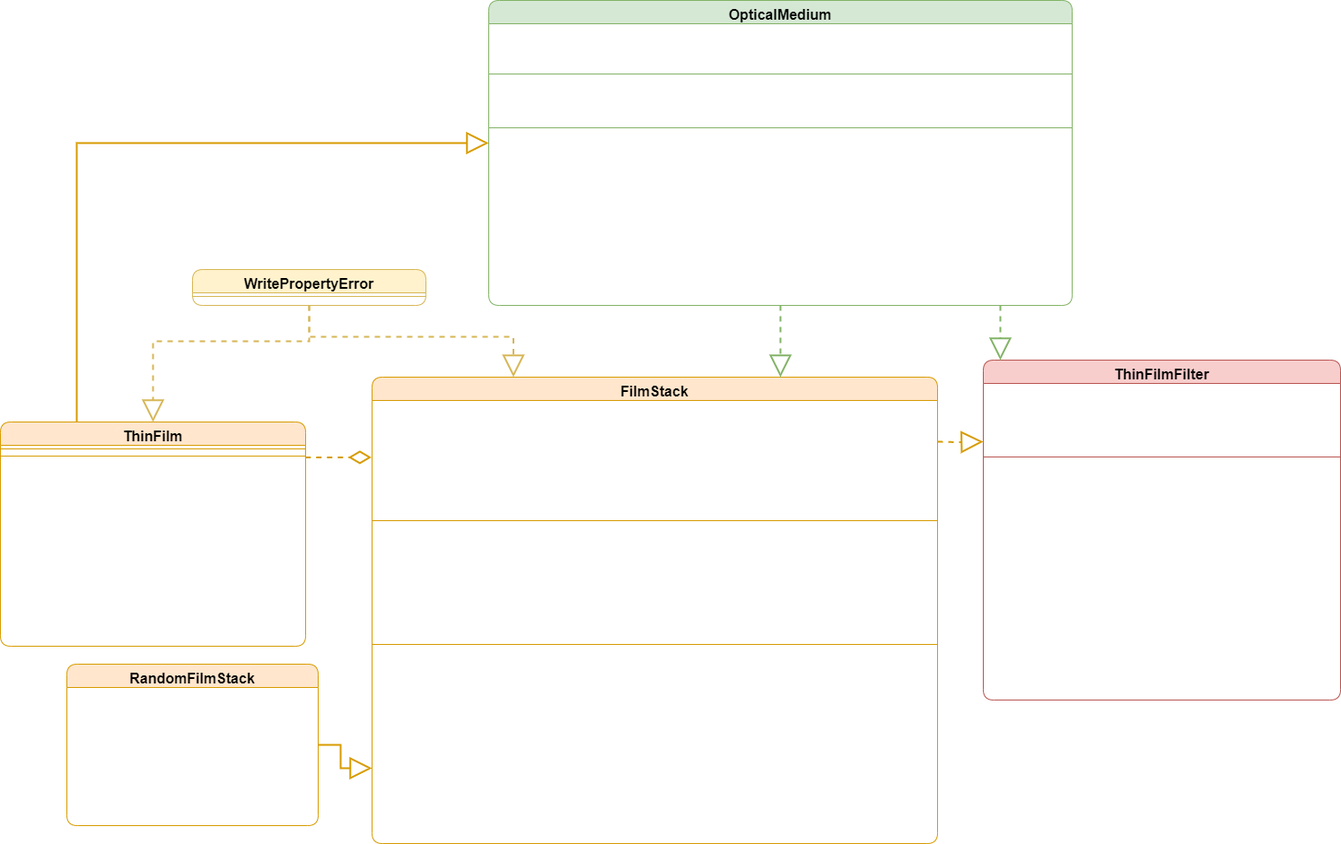
This is docs/class_diagram.png from heath-smith/tff-lib, a draw.io export, as it was before one commit. Source tidied: cells renumbered, new cells last; positions are measured from the earlier drawing's top-left corner, leaving out a move shared by most shapes.
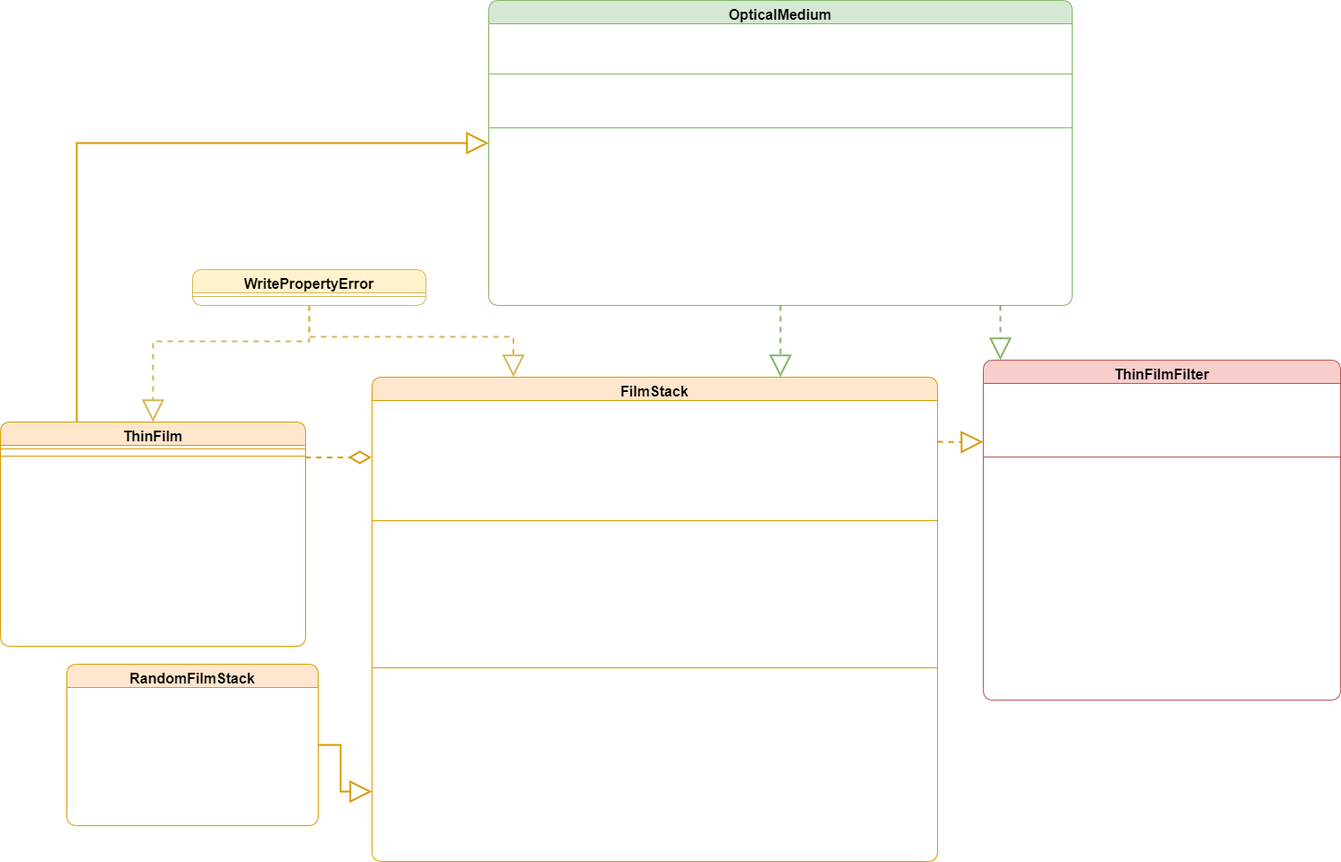
After the commit.

Commit message:
update class diagram

The edit, as a diff of the source:
```diff
@@ -30,7 +30,7 @@
       <mxGeometry y="216" width="340" height="26" as="geometry" />
     </mxCell>
     <mxCell id="11" value="FilmStack" style="swimlane;fontStyle=1;align=center;verticalAlign=top;horizontal=1;startSize=26;rounded=1;shadow=0;strokeWidth=1;fillColor=#ffe6cc;strokeColor=#d79b00;fontSize=16;labelBackgroundColor=none;fontColor=#000000;" parent="1" vertex="1">
-      <mxGeometry x="414" y="420" width="630" height="520" as="geometry" />
+      <mxGeometry x="414" y="420" width="630" height="540" as="geometry" />
     </mxCell>
     <mxCell id="12" value="+stack : Iterable[ThinFilm] : read-write" style="text;align=left;verticalAlign=top;spacingLeft=4;spacingRight=4;overflow=hidden;fontSize=16;rounded=1;fontColor=#FFFFFF;" parent="11" vertex="1">
       <mxGeometry y="26" width="630" height="26" as="geometry" />
@@ -65,32 +65,35 @@
     <mxCell id="22" value="+min_thick : float" style="text;align=left;verticalAlign=top;spacingLeft=4;spacingRight=4;overflow=hidden;rounded=1;shadow=0;html=0;fontSize=16;fontColor=#FFFFFF;" parent="11" vertex="1">
       <mxGeometry y="268" width="630" height="26" as="geometry" />
     </mxCell>
+    <mxCell id="67" value="+max_thick : float" style="text;align=left;verticalAlign=top;spacingLeft=4;spacingRight=4;overflow=hidden;rounded=1;shadow=0;html=0;fontSize=16;fontColor=#FFFFFF;" parent="11" vertex="1">
+      <mxGeometry y="294" width="630" height="26" as="geometry" />
+    </mxCell>
     <mxCell id="23" style="line;html=1;strokeWidth=1;align=left;verticalAlign=middle;spacingTop=-1;spacingLeft=3;spacingRight=3;labelPosition=right;fillColor=#ffe6cc;strokeColor=#d79b00;fontSize=16;rounded=1;fontColor=#FFFFFF;" parent="11" vertex="1">
-      <mxGeometry y="294" width="630" height="8" as="geometry" />
+      <mxGeometry y="320" width="630" height="8" as="geometry" />
     </mxCell>
     <mxCell id="24" value="+__init__(self, films: Iterable[ThinFilm], **kwargs) -&gt; None" style="text;align=left;verticalAlign=top;spacingLeft=4;spacingRight=4;overflow=hidden;fontStyle=0;fontSize=16;rounded=1;fontColor=#FFFFFF;" parent="11" vertex="1">
-      <mxGeometry y="302" width="630" height="26" as="geometry" />
+      <mxGeometry y="328" width="630" height="26" as="geometry" />
     </mxCell>
     <mxCell id="25" value="+insert_layer(self, layer: ThinFilm, index: SupportsIndex) -&gt; None" style="text;align=left;verticalAlign=top;spacingLeft=4;spacingRight=4;overflow=hidden;fontSize=16;rounded=1;fontColor=#FFFFFF;" parent="11" vertex="1">
-      <mxGeometry y="328" width="630" height="26" as="geometry" />
+      <mxGeometry y="354" width="630" height="26" as="geometry" />
     </mxCell>
     <mxCell id="26" value="+insert_split_layer(self, layer: ThinFilm, index: SupportsIndex, ratio: float = 0.5) -&gt; None" style="text;align=left;verticalAlign=top;spacingLeft=4;spacingRight=4;overflow=hidden;fontSize=16;rounded=1;fontColor=#FFFFFF;" parent="11" vertex="1">
-      <mxGeometry y="354" width="630" height="26" as="geometry" />
+      <mxGeometry y="380" width="630" height="26" as="geometry" />
     </mxCell>
     <mxCell id="27" value="+append_layer(self, layer: ThinFilm) -&gt; None" style="text;align=left;verticalAlign=top;spacingLeft=4;spacingRight=4;overflow=hidden;fontSize=16;rounded=1;fontColor=#FFFFFF;" parent="11" vertex="1">
-      <mxGeometry y="380" width="630" height="26" as="geometry" />
+      <mxGeometry y="406" width="630" height="26" as="geometry" />
     </mxCell>
     <mxCell id="28" value="+remove_layer(self, index: SupportsIndex = -1) -&gt; ThinFilm" style="text;align=left;verticalAlign=top;spacingLeft=4;spacingRight=4;overflow=hidden;fontSize=16;rounded=1;fontColor=#FFFFFF;" parent="11" vertex="1">
-      <mxGeometry y="406" width="630" height="26" as="geometry" />
+      <mxGeometry y="432" width="630" height="26" as="geometry" />
     </mxCell>
     <mxCell id="29" value="+get_layer(self, index: SupportsIndex) -&gt; ThinFilm" style="text;align=left;verticalAlign=top;spacingLeft=4;spacingRight=4;overflow=hidden;points=[[0,0.5],[1,0.5]];portConstraint=eastwest;fontSize=16;rounded=1;fontColor=#FFFFFF;" parent="11" vertex="1">
-      <mxGeometry y="432" width="630" height="26" as="geometry" />
+      <mxGeometry y="458" width="630" height="26" as="geometry" />
     </mxCell>
     <mxCell id="30" value="+admittance(self, inc: OpticalMedium, theta: float) -&gt; Dict[str, NDArray]" style="text;align=left;verticalAlign=top;spacingLeft=4;spacingRight=4;overflow=hidden;fontSize=16;rounded=1;fontColor=#FFFFFF;" parent="11" vertex="1">
-      <mxGeometry y="458" width="630" height="26" as="geometry" />
+      <mxGeometry y="484" width="630" height="26" as="geometry" />
     </mxCell>
     <mxCell id="31" value="+char_matrix(self, inc: OpticalMedium, theta: float) -&gt; Dict[str, NDArray]" style="text;align=left;verticalAlign=top;spacingLeft=4;spacingRight=4;overflow=hidden;fontSize=16;rounded=1;fontColor=#FFFFFF;" parent="11" vertex="1">
-      <mxGeometry y="484" width="630" height="26" as="geometry" />
+      <mxGeometry y="510" width="630" height="26" as="geometry" />
     </mxCell>
     <mxCell id="32" style="edgeStyle=orthogonalEdgeStyle;rounded=0;jettySize=auto;html=1;entryX=0;entryY=0.154;entryDx=0;entryDy=0;strokeWidth=2;fillColor=none;strokeColor=#d79b00;endArrow=block;endFill=0;endSize=20;startSize=20;fontSize=16;fontColor=#FFFFFF;entryPerimeter=0;" parent="1" edge="1" source="33" target="29">
       <mxGeometry relative="1" as="geometry" />
```
